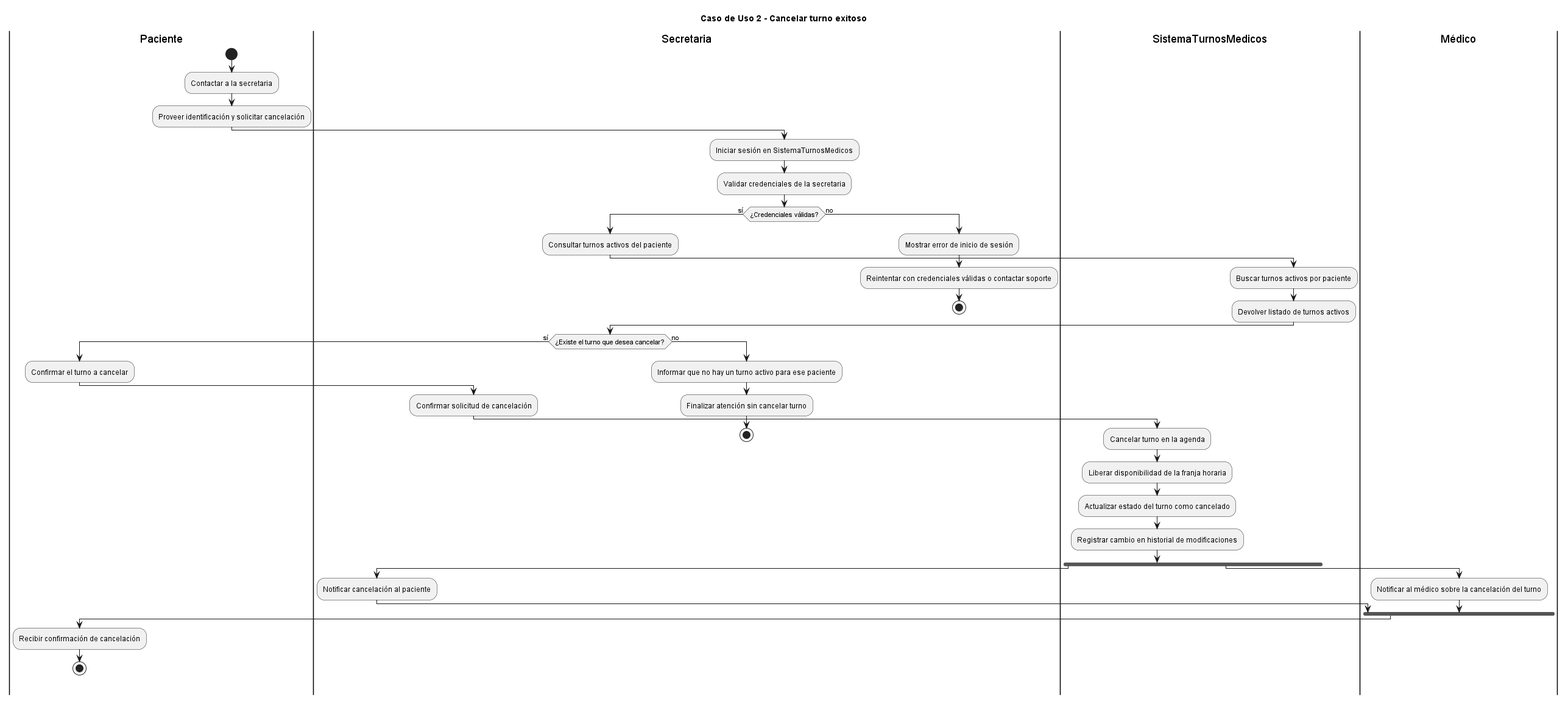
The PlantUML diagram diagramas/04-diagramas-actividades/04-actividad-cancelar-turno-02.png in FacundoGuiraldes/SistemaTurnosMedicos, before a commit. Source of this version:
```plantuml
@startuml
title Caso de Uso 2 - Cancelar turno exitoso

|Paciente|
start
:Contactar a la secretaria;
:Proveer identificación y solicitar cancelación;

|Secretaria|
:Iniciar sesión en SistemaTurnosMedicos;
:Validar credenciales de la secretaria;

if (¿Credenciales válidas?) then (sí)

  :Consultar turnos activos del paciente;

  |SistemaTurnosMedicos|
  :Buscar turnos activos por paciente;
  :Devolver listado de turnos activos;

  |Secretaria|
  if (¿Existe el turno que desea cancelar?) then (sí)

    |Paciente|
    :Confirmar el turno a cancelar;

    |Secretaria|
    :Confirmar solicitud de cancelación;

    |SistemaTurnosMedicos|
    :Cancelar turno en la agenda;
    :Liberar disponibilidad de la franja horaria;
    :Actualizar estado del turno como cancelado;
    :Registrar cambio en historial de modificaciones;

    fork
      |Secretaria|
      :Notificar cancelación al paciente;
    fork again
      |Médico|
      :Notificar al médico sobre la cancelación del turno;
    end fork

    |Paciente|
    :Recibir confirmación de cancelación;
    stop

  else (no)

    |Secretaria|
    :Informar que no hay un turno activo para ese paciente;
    :Finalizar atención sin cancelar turno;
    stop

  endif

else (no)

  |Secretaria|
  :Mostrar error de inicio de sesión;
  :Reintentar con credenciales válidas o contactar soporte;
  stop

endif

@enduml
```
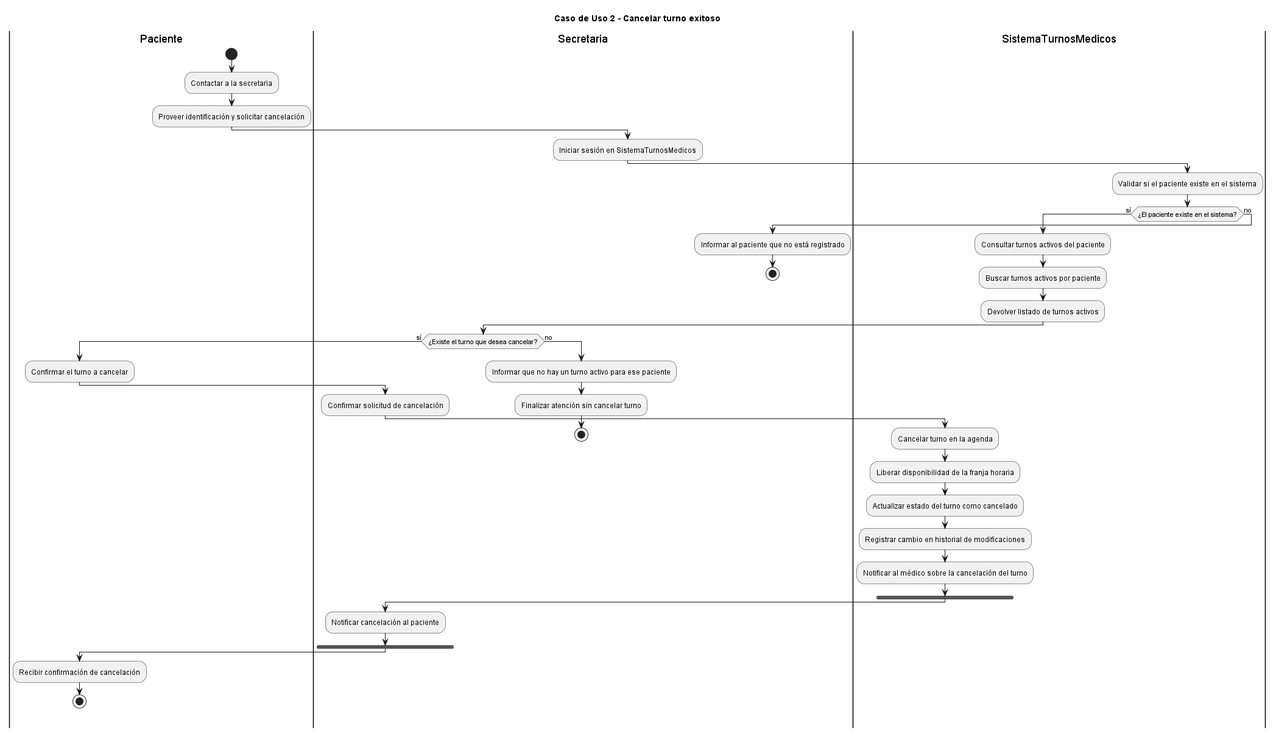
After the commit.

What changed in the source:
```diff
@@ -8,9 +8,11 @@
 
 |Secretaria|
 :Iniciar sesión en SistemaTurnosMedicos;
-:Validar credenciales de la secretaria;
 
-if (¿Credenciales válidas?) then (sí)
+|SistemaTurnosMedicos|
+:Validar si el paciente existe en el sistema;
+
+if (¿El paciente existe en el sistema?) then (sí)
 
   :Consultar turnos activos del paciente;
 
@@ -32,13 +34,12 @@
     :Liberar disponibilidad de la franja horaria;
     :Actualizar estado del turno como cancelado;
     :Registrar cambio en historial de modificaciones;
+    :Notificar al médico sobre la cancelación del turno;
 
     fork
       |Secretaria|
       :Notificar cancelación al paciente;
-    fork again
-      |Médico|
-      :Notificar al médico sobre la cancelación del turno;
+
     end fork
 
     |Paciente|
@@ -57,8 +58,7 @@
 else (no)
 
   |Secretaria|
-  :Mostrar error de inicio de sesión;
-  :Reintentar con credenciales válidas o contactar soporte;
+  :Informar al paciente que no está registrado;
   stop
 
 endif
```
